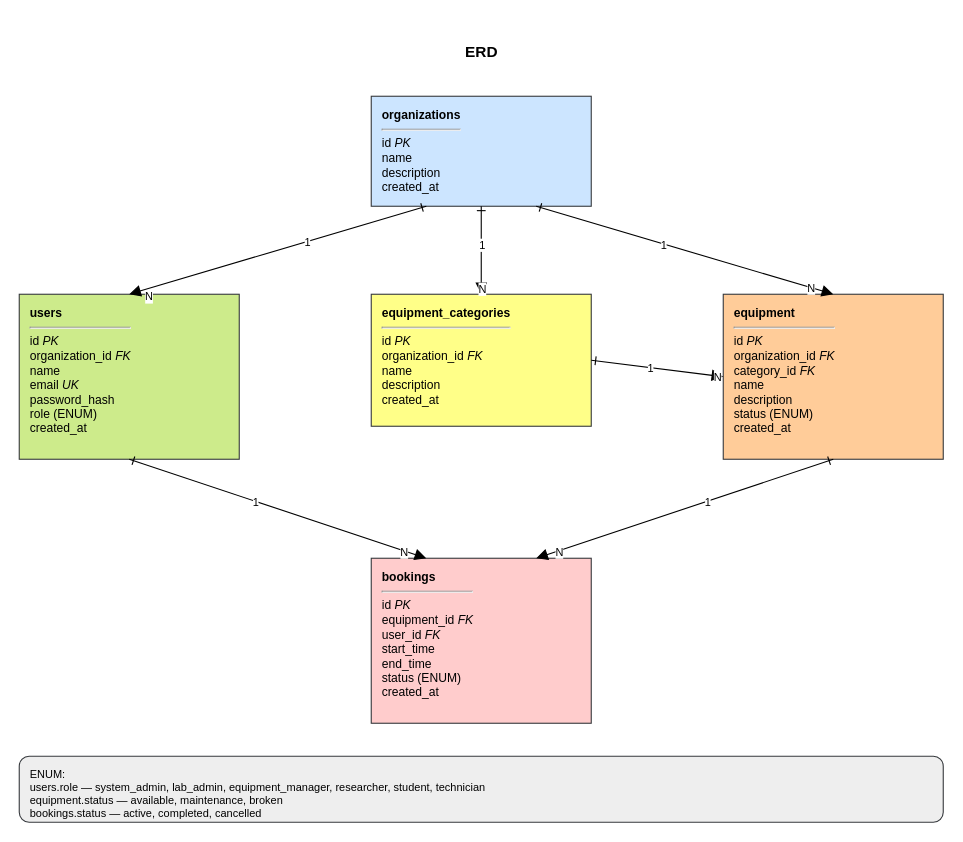
somnexia/lab-equipment-booking-saas keeps this draw.io diagram as docs/diagrams/lab-equipment-booking-erd.drawio. Above is the earlier version. Source tidied: cells renumbered, new cells numbered last; positions are measured from the earlier drawing's top-left corner, leaving out a move shared by most shapes. Both pictures are drawn from the tidied source at 110%, with x=0, y=0 at pixel (19, 30).
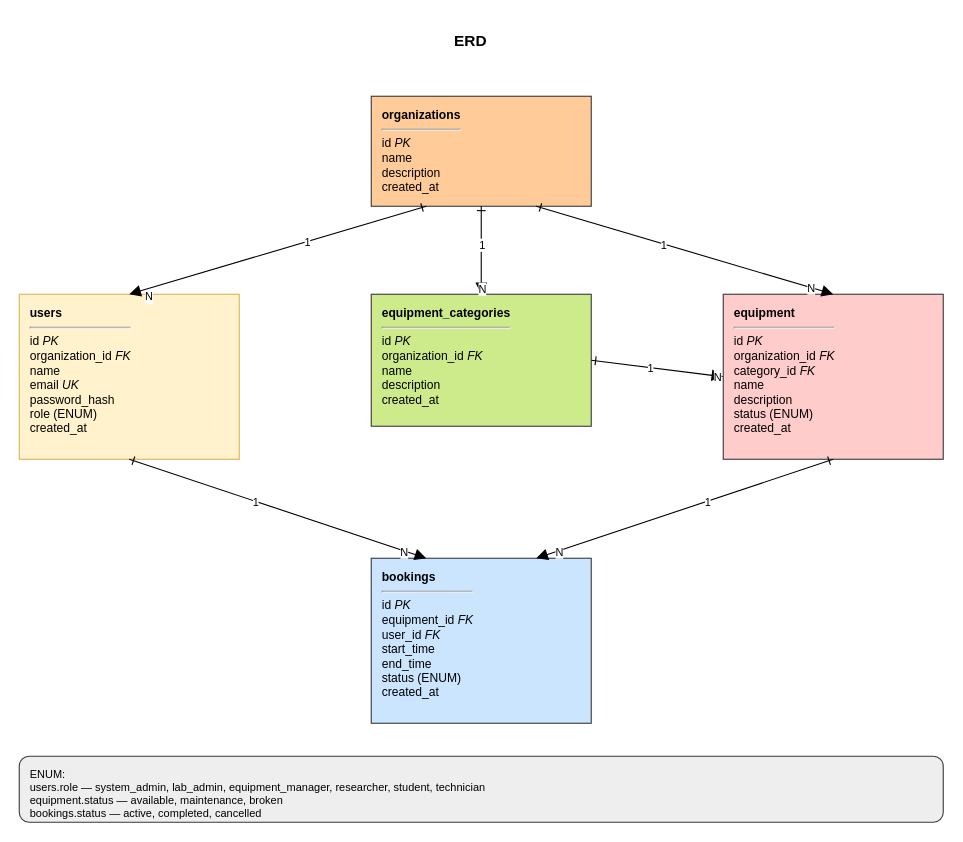
The same diagram, later.

Commit message (it also covers changes not shown here):
Refactor use case diagram for Lab Equipment Booking SaaS: updated titles, styles, and actor definitions; improved layout and added new use cases for user management and equipment handling.

Diff of the diagram source:
```diff
@@
-    <mxCell id="2" value="ERD" style="text;html=1;strokeColor=none;fillColor=none;align=center;verticalAlign=middle;fontStyle=1;fontSize=14;" parent="1" vertex="1">
-      <mxGeometry x="240" width="360" height="40" as="geometry" />
+    <mxCell id="2" value="ERD" style="text;html=1;strokeColor=none;fillColor=none;align=center;verticalAlign=middle;fontStyle=1;fontSize=14;fontFamily=Helvetica;" parent="1" vertex="1">
+      <mxGeometry x="230" y="-10" width="360" height="40" as="geometry" />
     </mxCell>
-    <mxCell id="3" value="&lt;b&gt;organizations&lt;/b&gt;&lt;hr&gt;id &lt;i&gt;PK&lt;/i&gt;&lt;br&gt;name&lt;br&gt;description&lt;br&gt;created_at" style="rounded=0;whiteSpace=wrap;html=1;align=left;verticalAlign=top;spacingLeft=8;spacingTop=4;fillColor=#cce5ff;strokeColor=#36393d;fontSize=11;" parent="1" vertex="1">
+    <mxCell id="3" value="&lt;b&gt;organizations&lt;/b&gt;&lt;hr&gt;id &lt;i&gt;PK&lt;/i&gt;&lt;br&gt;name&lt;br&gt;description&lt;br&gt;created_at" style="rounded=0;whiteSpace=wrap;html=1;align=left;verticalAlign=top;spacingLeft=8;spacingTop=4;fontSize=11;fillColor=#ffcc99;strokeColor=#36393d;" parent="1" vertex="1">
       <mxGeometry x="320" y="60" width="200" height="100" as="geometry" />
     </mxCell>
-    <mxCell id="4" value="&lt;b&gt;users&lt;/b&gt;&lt;hr&gt;id &lt;i&gt;PK&lt;/i&gt;&lt;br&gt;organization_id &lt;i&gt;FK&lt;/i&gt;&lt;br&gt;name&lt;br&gt;email &lt;i&gt;UK&lt;/i&gt;&lt;br&gt;password_hash&lt;br&gt;role (ENUM)&lt;br&gt;created_at" style="rounded=0;whiteSpace=wrap;html=1;align=left;verticalAlign=top;spacingLeft=8;spacingTop=4;fillColor=#cdeb8b;strokeColor=#36393d;fontSize=11;" parent="1" vertex="1">
+    <mxCell id="4" value="&lt;b&gt;users&lt;/b&gt;&lt;hr&gt;id &lt;i&gt;PK&lt;/i&gt;&lt;br&gt;organization_id &lt;i&gt;FK&lt;/i&gt;&lt;br&gt;name&lt;br&gt;email &lt;i&gt;UK&lt;/i&gt;&lt;br&gt;password_hash&lt;br&gt;role (ENUM)&lt;br&gt;created_at" style="rounded=0;whiteSpace=wrap;html=1;align=left;verticalAlign=top;spacingLeft=8;spacingTop=4;fillColor=#fff2cc;strokeColor=#d6b656;fontSize=11;" parent="1" vertex="1">
       <mxGeometry y="240" width="200" height="150" as="geometry" />
     </mxCell>
-    <mxCell id="5" value="&lt;b&gt;equipment_categories&lt;/b&gt;&lt;hr&gt;id &lt;i&gt;PK&lt;/i&gt;&lt;br&gt;organization_id &lt;i&gt;FK&lt;/i&gt;&lt;br&gt;name&lt;br&gt;description&lt;br&gt;created_at" style="rounded=0;whiteSpace=wrap;html=1;align=left;verticalAlign=top;spacingLeft=8;spacingTop=4;fillColor=#ffff88;strokeColor=#36393d;fontSize=11;" parent="1" vertex="1">
+    <mxCell id="5" value="&lt;b&gt;equipment_categories&lt;/b&gt;&lt;hr&gt;id &lt;i&gt;PK&lt;/i&gt;&lt;br&gt;organization_id &lt;i&gt;FK&lt;/i&gt;&lt;br&gt;name&lt;br&gt;description&lt;br&gt;created_at" style="rounded=0;whiteSpace=wrap;html=1;align=left;verticalAlign=top;spacingLeft=8;spacingTop=4;fillColor=#cdeb8b;strokeColor=#36393d;fontSize=11;" parent="1" vertex="1">
       <mxGeometry x="320" y="240" width="200" height="120" as="geometry" />
     </mxCell>
-    <mxCell id="6" value="&lt;b&gt;equipment&lt;/b&gt;&lt;hr&gt;id &lt;i&gt;PK&lt;/i&gt;&lt;br&gt;organization_id &lt;i&gt;FK&lt;/i&gt;&lt;br&gt;category_id &lt;i&gt;FK&lt;/i&gt;&lt;br&gt;name&lt;br&gt;description&lt;br&gt;status (ENUM)&lt;br&gt;created_at" style="rounded=0;whiteSpace=wrap;html=1;align=left;verticalAlign=top;spacingLeft=8;spacingTop=4;fillColor=#ffcc99;strokeColor=#36393d;fontSize=11;" parent="1" vertex="1">
+    <mxCell id="6" value="&lt;b&gt;equipment&lt;/b&gt;&lt;hr&gt;id &lt;i&gt;PK&lt;/i&gt;&lt;br&gt;organization_id &lt;i&gt;FK&lt;/i&gt;&lt;br&gt;category_id &lt;i&gt;FK&lt;/i&gt;&lt;br&gt;name&lt;br&gt;description&lt;br&gt;status (ENUM)&lt;br&gt;created_at" style="rounded=0;whiteSpace=wrap;html=1;align=left;verticalAlign=top;spacingLeft=8;spacingTop=4;fillColor=#ffcccc;strokeColor=#36393d;fontSize=11;" parent="1" vertex="1">
       <mxGeometry x="640" y="240" width="200" height="150" as="geometry" />
     </mxCell>
-    <mxCell id="7" value="&lt;b&gt;bookings&lt;/b&gt;&lt;hr&gt;id &lt;i&gt;PK&lt;/i&gt;&lt;br&gt;equipment_id &lt;i&gt;FK&lt;/i&gt;&lt;br&gt;user_id &lt;i&gt;FK&lt;/i&gt;&lt;br&gt;start_time&lt;br&gt;end_time&lt;br&gt;status (ENUM)&lt;br&gt;created_at" style="rounded=0;whiteSpace=wrap;html=1;align=left;verticalAlign=top;spacingLeft=8;spacingTop=4;fillColor=#ffcccc;strokeColor=#36393d;fontSize=11;" parent="1" vertex="1">
+    <mxCell id="7" value="&lt;b&gt;bookings&lt;/b&gt;&lt;hr&gt;id &lt;i&gt;PK&lt;/i&gt;&lt;br&gt;equipment_id &lt;i&gt;FK&lt;/i&gt;&lt;br&gt;user_id &lt;i&gt;FK&lt;/i&gt;&lt;br&gt;start_time&lt;br&gt;end_time&lt;br&gt;status (ENUM)&lt;br&gt;created_at" style="rounded=0;whiteSpace=wrap;html=1;align=left;verticalAlign=top;spacingLeft=8;spacingTop=4;fillColor=#cce5ff;strokeColor=#36393d;fontSize=11;" parent="1" vertex="1">
       <mxGeometry x="320" y="480" width="200" height="150" as="geometry" />
     </mxCell>
```
